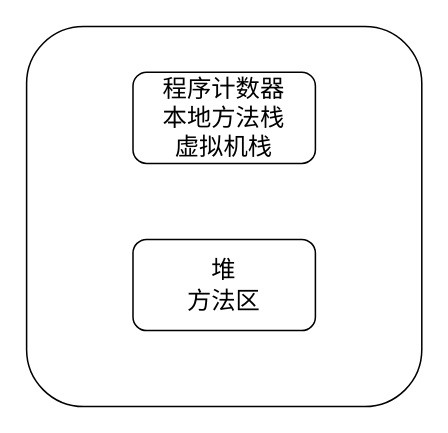
1155200424/diagrams keeps this draw.io diagram as JVM.drawio. Above is the earlier version. Source tidied: cells renumbered, new cells numbered last; positions are measured from the earlier drawing's top-left corner, leaving out a move shared by most shapes. Both pictures are drawn from the tidied source at 152%, with x=0, y=0 at pixel (26, 26).
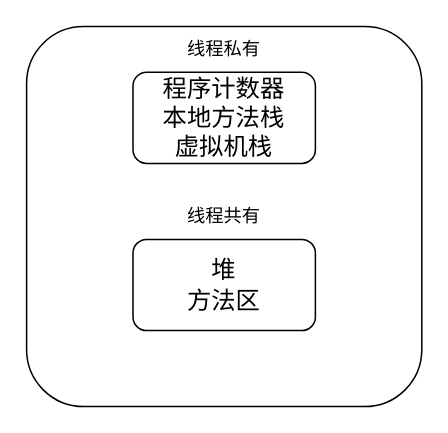
After the change.

Change to the diagram source:
```diff
@@
 <mxGraphModel>
   <root>
     <mxCell id="0" />
     <mxCell id="1" parent="0" />
     <mxCell id="2" style="rounded=1;whiteSpace=wrap;html=1;" parent="1" vertex="1">
       <mxGeometry width="260" height="250" as="geometry" />
     </mxCell>
     <mxCell id="3" value="程序计数器&lt;div style=&quot;font-size: 16px;&quot;&gt;本地方法栈&lt;/div&gt;&lt;div style=&quot;font-size: 16px;&quot;&gt;虚拟机栈&lt;/div&gt;" style="rounded=1;whiteSpace=wrap;html=1;fontSize=16;" parent="1" vertex="1">
       <mxGeometry x="70" y="30" width="120" height="60" as="geometry" />
     </mxCell>
     <mxCell id="4" value="堆&lt;div style=&quot;font-size: 16px;&quot;&gt;方法区&lt;/div&gt;" style="rounded=1;whiteSpace=wrap;html=1;fontSize=16;" parent="1" vertex="1">
       <mxGeometry x="70" y="140" width="120" height="60" as="geometry" />
     </mxCell>
+    <mxCell id="5" value="线程私有" style="text;html=1;align=center;verticalAlign=middle;whiteSpace=wrap;rounded=0;" parent="1" vertex="1">
+      <mxGeometry x="100" width="60" height="30" as="geometry" />
+    </mxCell>
+    <mxCell id="6" value="线程共有" style="text;html=1;align=center;verticalAlign=middle;whiteSpace=wrap;rounded=0;" parent="1" vertex="1">
+      <mxGeometry x="100" y="110" width="60" height="30" as="geometry" />
+    </mxCell>
   </root>
 </mxGraphModel>
```
